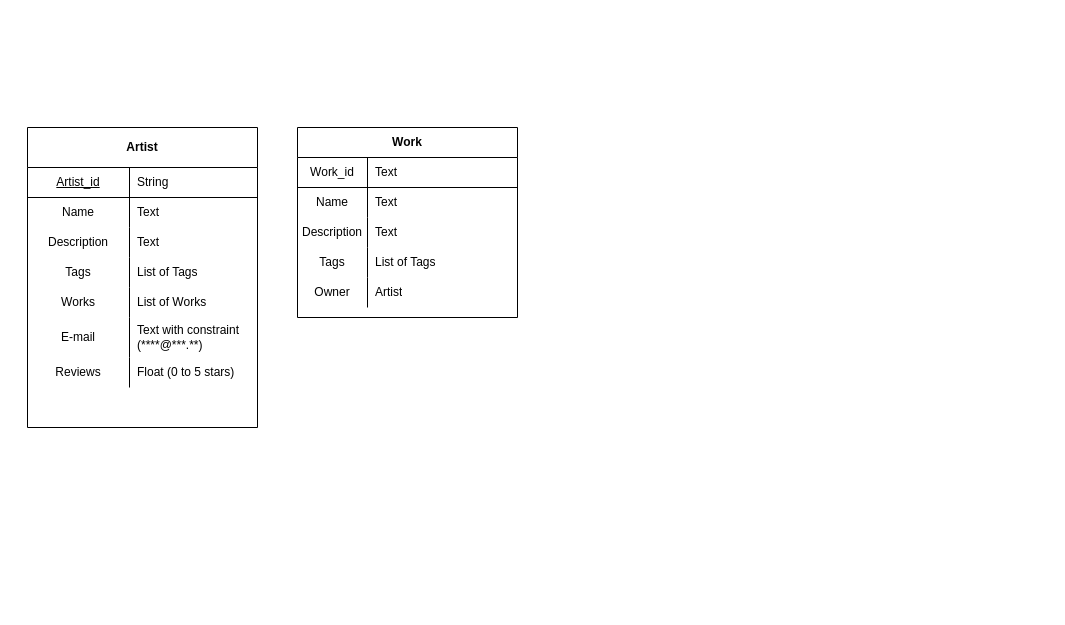
BLdMMR/projetoeseminario keeps this draw.io diagram as schema.drawio. Above is the earlier version. Source tidied: cells renumbered, new cells numbered last; positions are measured from the earlier drawing's top-left corner, leaving out a move shared by most shapes. Both pictures are drawn from the tidied source at 100%, with x=0, y=0 at pixel (27, 127).
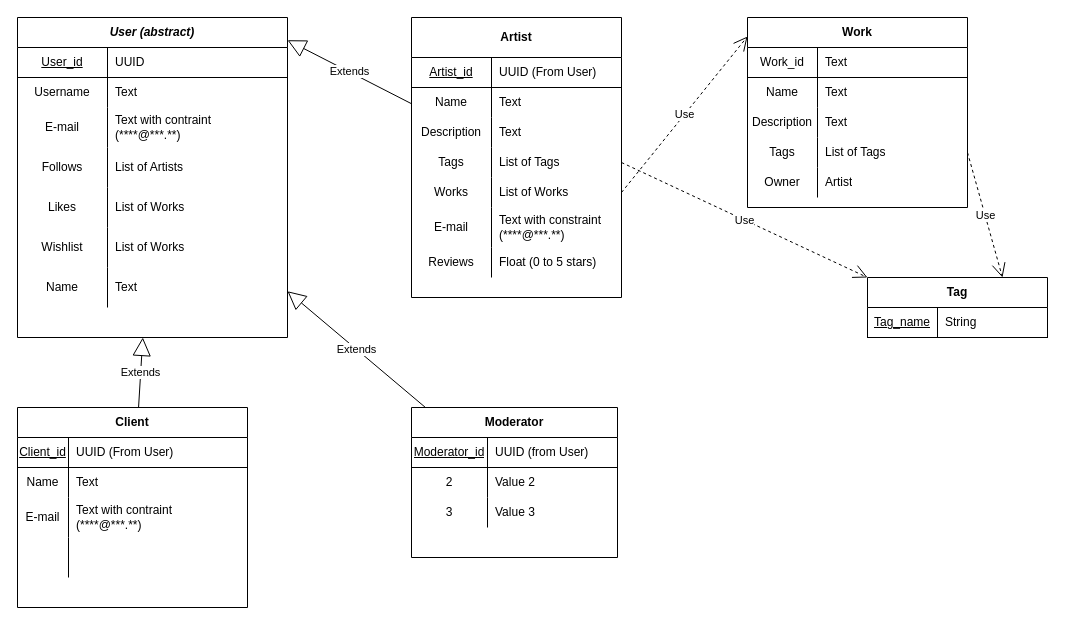
The same diagram, later.

Unchanged cells that the change refers to:
```xml
<mxCell id="34" style="shape=partialRectangle;html=1;whiteSpace=wrap;fillColor=none;top=0;left=0;bottom=0;right=0;points=[[0,0.5],[1,0.5]];portConstraint=eastwest;" parent="24" vertex="1">
  <mxGeometry y="120" width="220" height="30" as="geometry" />
</mxCell>
```

Change to the diagram source:
```diff
@@
     <mxCell id="2" value="Artist" style="shape=table;html=1;whiteSpace=wrap;startSize=40;childLayout=tableLayout;rowLines=0;fontStyle=1;align=center;" parent="1" vertex="1">
-      <mxGeometry width="230" height="300" as="geometry" />
+      <mxGeometry x="384" y="-110" width="210" height="280" as="geometry" />
     </mxCell>
     <mxCell id="3" style="shape=partialRectangle;html=1;whiteSpace=wrap;fillColor=none;top=0;left=0;bottom=1;right=0;" parent="2" vertex="1">
-      <mxGeometry y="40" width="230" height="30" as="geometry" />
+      <mxGeometry y="40" width="210" height="30" as="geometry" />
     </mxCell>
     <mxCell id="4" value="&lt;u&gt;Artist_id&lt;/u&gt;" style="shape=partialRectangle;html=1;whiteSpace=wrap;fillColor=none;top=0;left=0;bottom=0;right=0;overflow=hidden;" parent="3" vertex="1">
-      <mxGeometry width="102" height="30" as="geometry" />
+      <mxGeometry width="80" height="30" as="geometry" />
     </mxCell>
-    <mxCell id="5" value="String" style="shape=partialRectangle;html=1;whiteSpace=wrap;fillColor=none;top=0;left=0;bottom=0;right=0;align=left;spacingLeft=6;overflow=hidden;" parent="3" vertex="1">
-      <mxGeometry x="102" width="128" height="30" as="geometry" />
+    <mxCell id="5" value="UUID (From User)" style="shape=partialRectangle;html=1;whiteSpace=wrap;fillColor=none;top=0;left=0;bottom=0;right=0;align=left;spacingLeft=6;overflow=hidden;" parent="3" vertex="1">
+      <mxGeometry x="80" width="130" height="30" as="geometry" />
     </mxCell>
     <mxCell id="6" style="shape=partialRectangle;html=1;whiteSpace=wrap;fillColor=none;top=0;left=0;bottom=0;right=0;" parent="2" vertex="1">
-      <mxGeometry y="70" width="230" height="30" as="geometry" />
+      <mxGeometry y="70" width="210" height="30" as="geometry" />
     </mxCell>
     <mxCell id="7" value="Name" style="shape=partialRectangle;html=1;whiteSpace=wrap;fillColor=none;top=0;left=0;bottom=0;right=0;overflow=hidden;perimeterSpacing=1;" parent="6" vertex="1">
-      <mxGeometry width="102" height="30" as="geometry" />
+      <mxGeometry width="80" height="30" as="geometry" />
     </mxCell>
     <mxCell id="8" value="Text" style="shape=partialRectangle;html=1;whiteSpace=wrap;fillColor=none;top=0;left=0;bottom=0;right=0;align=left;spacingLeft=6;overflow=hidden;" parent="6" vertex="1">
-      <mxGeometry x="102" width="128" height="30" as="geometry" />
+      <mxGeometry x="80" width="130" height="30" as="geometry" />
     </mxCell>
     <mxCell id="9" style="shape=partialRectangle;html=1;whiteSpace=wrap;fillColor=none;top=0;left=0;bottom=0;right=0;" parent="2" vertex="1">
-      <mxGeometry y="100" width="230" height="30" as="geometry" />
+      <mxGeometry y="100" width="210" height="30" as="geometry" />
     </mxCell>
     <mxCell id="10" value="Description" style="shape=partialRectangle;html=1;whiteSpace=wrap;fillColor=none;top=0;left=0;bottom=0;right=0;overflow=hidden;" parent="9" vertex="1">
-      <mxGeometry width="102" height="30" as="geometry" />
+      <mxGeometry width="80" height="30" as="geometry" />
     </mxCell>
     <mxCell id="11" value="Text" style="shape=partialRectangle;html=1;whiteSpace=wrap;fillColor=none;top=0;left=0;bottom=0;right=0;align=left;spacingLeft=6;overflow=hidden;" parent="9" vertex="1">
-      <mxGeometry x="102" width="128" height="30" as="geometry" />
+      <mxGeometry x="80" width="130" height="30" as="geometry" />
     </mxCell>
     <mxCell id="12" style="shape=partialRectangle;html=1;whiteSpace=wrap;fillColor=none;top=0;left=0;bottom=0;right=0;points=[[0,0.5],[1,0.5]];portConstraint=eastwest;" parent="2" vertex="1">
-      <mxGeometry y="130" width="230" height="30" as="geometry" />
+      <mxGeometry y="130" width="210" height="30" as="geometry" />
     </mxCell>
     <mxCell id="13" value="Tags" style="shape=partialRectangle;html=1;whiteSpace=wrap;fillColor=none;top=0;left=0;bottom=0;right=0;overflow=hidden;" parent="12" vertex="1">
-      <mxGeometry width="102" height="30" as="geometry" />
+      <mxGeometry width="80" height="30" as="geometry" />
     </mxCell>
     <mxCell id="14" value="List of Tags" style="shape=partialRectangle;html=1;whiteSpace=wrap;fillColor=none;top=0;left=0;bottom=0;right=0;align=left;spacingLeft=6;overflow=hidden;" parent="12" vertex="1">
-      <mxGeometry x="102" width="128" height="30" as="geometry" />
+      <mxGeometry x="80" width="130" height="30" as="geometry" />
     </mxCell>
     <mxCell id="15" style="shape=partialRectangle;html=1;whiteSpace=wrap;fillColor=none;top=0;left=0;bottom=0;right=0;points=[[0,0.5],[1,0.5]];portConstraint=eastwest;" parent="2" vertex="1">
-      <mxGeometry y="160" width="230" height="30" as="geometry" />
+      <mxGeometry y="160" width="210" height="30" as="geometry" />
     </mxCell>
     <mxCell id="16" value="Works" style="shape=partialRectangle;html=1;whiteSpace=wrap;fillColor=none;top=0;left=0;bottom=0;right=0;overflow=hidden;" parent="15" vertex="1">
-      <mxGeometry width="102" height="30" as="geometry" />
+      <mxGeometry width="80" height="30" as="geometry" />
     </mxCell>
     <mxCell id="17" value="List of Works" style="shape=partialRectangle;html=1;whiteSpace=wrap;fillColor=none;top=0;left=0;bottom=0;right=0;align=left;spacingLeft=6;overflow=hidden;" parent="15" vertex="1">
-      <mxGeometry x="102" width="128" height="30" as="geometry" />
+      <mxGeometry x="80" width="130" height="30" as="geometry" />
     </mxCell>
     <mxCell id="18" style="shape=partialRectangle;html=1;whiteSpace=wrap;fillColor=none;top=0;left=0;bottom=0;right=0;" parent="2" vertex="1">
-      <mxGeometry y="190" width="230" height="40" as="geometry" />
+      <mxGeometry y="190" width="210" height="40" as="geometry" />
     </mxCell>
     <mxCell id="19" value="E-mail" style="shape=partialRectangle;html=1;whiteSpace=wrap;fillColor=none;top=0;left=0;bottom=0;right=0;overflow=hidden;" parent="18" vertex="1">
-      <mxGeometry width="102" height="40" as="geometry" />
+      <mxGeometry width="80" height="40" as="geometry" />
     </mxCell>
     <mxCell id="20" value="Text with constraint (****@***.**)" style="shape=partialRectangle;html=1;whiteSpace=wrap;fillColor=none;top=0;left=0;bottom=0;right=0;align=left;spacingLeft=6;overflow=hidden;" parent="18" vertex="1">
-      <mxGeometry x="102" width="128" height="40" as="geometry" />
+      <mxGeometry x="80" width="130" height="40" as="geometry" />
     </mxCell>
     <mxCell id="21" style="shape=partialRectangle;html=1;whiteSpace=wrap;fillColor=none;top=0;left=0;bottom=0;right=0;" parent="2" vertex="1">
-      <mxGeometry y="230" width="230" height="30" as="geometry" />
+      <mxGeometry y="230" width="210" height="30" as="geometry" />
     </mxCell>
     <mxCell id="22" value="Reviews" style="shape=partialRectangle;html=1;whiteSpace=wrap;fillColor=none;top=0;left=0;bottom=0;right=0;overflow=hidden;" parent="21" vertex="1">
-      <mxGeometry width="102" height="30" as="geometry" />
+      <mxGeometry width="80" height="30" as="geometry" />
     </mxCell>
     <mxCell id="23" value="Float (0 to 5 stars)" style="shape=partialRectangle;html=1;whiteSpace=wrap;fillColor=none;top=0;left=0;bottom=0;right=0;align=left;spacingLeft=6;overflow=hidden;" parent="21" vertex="1">
-      <mxGeometry x="102" width="128" height="30" as="geometry" />
+      <mxGeometry x="80" width="130" height="30" as="geometry" />
     </mxCell>
     <mxCell id="24" value="Work" style="shape=table;html=1;whiteSpace=wrap;startSize=30;childLayout=tableLayout;rowLines=0;fontStyle=1;align=center;" parent="1" vertex="1">
-      <mxGeometry x="270" width="220" height="190" as="geometry" />
+      <mxGeometry x="720" y="-110" width="220" height="190" as="geometry" />
     </mxCell>
@@
+    <mxCell id="40" value="Tag" style="shape=table;html=1;whiteSpace=wrap;startSize=30;childLayout=tableLayout;rowLines=0;fontStyle=1;align=center;" parent="1" vertex="1">
+      <mxGeometry x="840" y="150" width="180" height="60" as="geometry" />
+    </mxCell>
+    <mxCell id="41" style="shape=partialRectangle;html=1;whiteSpace=wrap;fillColor=none;top=0;left=0;bottom=1;right=0;" parent="40" vertex="1">
+      <mxGeometry y="30" width="180" height="30" as="geometry" />
+    </mxCell>
+    <mxCell id="42" value="&lt;u&gt;Tag_name&lt;/u&gt;" style="shape=partialRectangle;html=1;whiteSpace=wrap;fillColor=none;top=0;left=0;bottom=0;right=0;overflow=hidden;" parent="41" vertex="1">
+      <mxGeometry width="70" height="30" as="geometry" />
+    </mxCell>
+    <mxCell id="43" value="String" style="shape=partialRectangle;html=1;whiteSpace=wrap;fillColor=none;top=0;left=0;bottom=0;right=0;align=left;spacingLeft=6;overflow=hidden;" parent="41" vertex="1">
+      <mxGeometry x="70" width="110" height="30" as="geometry" />
+    </mxCell>
+    <mxCell id="44" value="Client" style="shape=table;html=1;whiteSpace=wrap;startSize=30;childLayout=tableLayout;rowLines=0;fontStyle=1;align=center;" parent="1" vertex="1">
+      <mxGeometry x="-10" y="280" width="230" height="200" as="geometry" />
+    </mxCell>
+    <mxCell id="45" style="shape=partialRectangle;html=1;whiteSpace=wrap;fillColor=none;top=0;left=0;bottom=1;right=0;" parent="44" vertex="1">
+      <mxGeometry y="30" width="230" height="30" as="geometry" />
+    </mxCell>
+    <mxCell id="46" value="&lt;u&gt;Client_id&lt;/u&gt;" style="shape=partialRectangle;html=1;whiteSpace=wrap;fillColor=none;top=0;left=0;bottom=0;right=0;overflow=hidden;" parent="45" vertex="1">
+      <mxGeometry width="51" height="30" as="geometry" />
+    </mxCell>
+    <mxCell id="47" value="UUID (From User)" style="shape=partialRectangle;html=1;whiteSpace=wrap;fillColor=none;top=0;left=0;bottom=0;right=0;align=left;spacingLeft=6;overflow=hidden;" parent="45" vertex="1">
+      <mxGeometry x="51" width="179" height="30" as="geometry" />
+    </mxCell>
+    <mxCell id="48" style="shape=partialRectangle;html=1;whiteSpace=wrap;fillColor=none;top=0;left=0;bottom=0;right=0;" parent="44" vertex="1">
+      <mxGeometry y="60" width="230" height="30" as="geometry" />
+    </mxCell>
+    <mxCell id="49" value="Name" style="shape=partialRectangle;html=1;whiteSpace=wrap;fillColor=none;top=0;left=0;bottom=0;right=0;overflow=hidden;" parent="48" vertex="1">
+      <mxGeometry width="51" height="30" as="geometry" />
+    </mxCell>
+    <mxCell id="50" value="Text" style="shape=partialRectangle;html=1;whiteSpace=wrap;fillColor=none;top=0;left=0;bottom=0;right=0;align=left;spacingLeft=6;overflow=hidden;" parent="48" vertex="1">
+      <mxGeometry x="51" width="179" height="30" as="geometry" />
+    </mxCell>
+    <mxCell id="51" style="shape=partialRectangle;html=1;whiteSpace=wrap;fillColor=none;top=0;left=0;bottom=0;right=0;" parent="44" vertex="1">
+      <mxGeometry y="90" width="230" height="40" as="geometry" />
+    </mxCell>
+    <mxCell id="52" value="E-mail" style="shape=partialRectangle;html=1;whiteSpace=wrap;fillColor=none;top=0;left=0;bottom=0;right=0;overflow=hidden;" parent="51" vertex="1">
+      <mxGeometry width="51" height="40" as="geometry" />
+    </mxCell>
+    <mxCell id="53" value="Text with contraint&lt;br&gt;(****@***.**)" style="shape=partialRectangle;html=1;whiteSpace=wrap;fillColor=none;top=0;left=0;bottom=0;right=0;align=left;spacingLeft=6;overflow=hidden;" parent="51" vertex="1">
+      <mxGeometry x="51" width="179" height="40" as="geometry" />
+    </mxCell>
+    <mxCell id="54" style="shape=partialRectangle;html=1;whiteSpace=wrap;fillColor=none;top=0;left=0;bottom=0;right=0;" parent="44" vertex="1">
+      <mxGeometry y="130" width="230" height="40" as="geometry" />
+    </mxCell>
+    <mxCell id="55" style="shape=partialRectangle;html=1;whiteSpace=wrap;fillColor=none;top=0;left=0;bottom=0;right=0;overflow=hidden;" parent="54" vertex="1">
+      <mxGeometry width="51" height="40" as="geometry" />
+    </mxCell>
+    <mxCell id="56" style="shape=partialRectangle;html=1;whiteSpace=wrap;fillColor=none;top=0;left=0;bottom=0;right=0;align=left;spacingLeft=6;overflow=hidden;" parent="54" vertex="1">
+      <mxGeometry x="51" width="179" height="40" as="geometry" />
+    </mxCell>
+    <mxCell id="57" value="&lt;i&gt;User (abstract)&lt;/i&gt;" style="shape=table;html=1;whiteSpace=wrap;startSize=30;childLayout=tableLayout;rowLines=0;fontStyle=1;align=center;" parent="1" vertex="1">
+      <mxGeometry x="-10" y="-110" width="270" height="320" as="geometry" />
+    </mxCell>
+    <mxCell id="58" style="shape=partialRectangle;html=1;whiteSpace=wrap;fillColor=none;top=0;left=0;bottom=1;right=0;" parent="57" vertex="1">
+      <mxGeometry y="30" width="270" height="30" as="geometry" />
+    </mxCell>
+    <mxCell id="59" value="&lt;u&gt;User_id&lt;/u&gt;" style="shape=partialRectangle;html=1;whiteSpace=wrap;fillColor=none;top=0;left=0;bottom=0;right=0;overflow=hidden;" parent="58" vertex="1">
+      <mxGeometry width="90" height="30" as="geometry" />
+    </mxCell>
+    <mxCell id="60" value="UUID" style="shape=partialRectangle;html=1;whiteSpace=wrap;fillColor=none;top=0;left=0;bottom=0;right=0;align=left;spacingLeft=6;overflow=hidden;" parent="58" vertex="1">
+      <mxGeometry x="90" width="180" height="30" as="geometry" />
+    </mxCell>
+    <mxCell id="61" style="shape=partialRectangle;html=1;whiteSpace=wrap;fillColor=none;top=0;left=0;bottom=0;right=0;" parent="57" vertex="1">
+      <mxGeometry y="60" width="270" height="30" as="geometry" />
+    </mxCell>
+    <mxCell id="62" value="Username" style="shape=partialRectangle;html=1;whiteSpace=wrap;fillColor=none;top=0;left=0;bottom=0;right=0;overflow=hidden;" parent="61" vertex="1">
+      <mxGeometry width="90" height="30" as="geometry" />
+    </mxCell>
+    <mxCell id="63" value="Text" style="shape=partialRectangle;html=1;whiteSpace=wrap;fillColor=none;top=0;left=0;bottom=0;right=0;align=left;spacingLeft=6;overflow=hidden;" parent="61" vertex="1">
+      <mxGeometry x="90" width="180" height="30" as="geometry" />
+    </mxCell>
+    <mxCell id="64" style="shape=partialRectangle;html=1;whiteSpace=wrap;fillColor=none;top=0;left=0;bottom=0;right=0;" parent="57" vertex="1">
+      <mxGeometry y="90" width="270" height="40" as="geometry" />
+    </mxCell>
+    <mxCell id="65" value="E-mail" style="shape=partialRectangle;html=1;whiteSpace=wrap;fillColor=none;top=0;left=0;bottom=0;right=0;overflow=hidden;" parent="64" vertex="1">
+      <mxGeometry width="90" height="40" as="geometry" />
+    </mxCell>
+    <mxCell id="66" value="Text with contraint&lt;br&gt;(****@***.**)" style="shape=partialRectangle;html=1;whiteSpace=wrap;fillColor=none;top=0;left=0;bottom=0;right=0;align=left;spacingLeft=6;overflow=hidden;" parent="64" vertex="1">
+      <mxGeometry x="90" width="180" height="40" as="geometry" />
+    </mxCell>
+    <mxCell id="67" style="shape=partialRectangle;html=1;whiteSpace=wrap;fillColor=none;top=0;left=0;bottom=0;right=0;" parent="57" vertex="1">
+      <mxGeometry y="130" width="270" height="40" as="geometry" />
+    </mxCell>
+    <mxCell id="68" value="Follows" style="shape=partialRectangle;html=1;whiteSpace=wrap;fillColor=none;top=0;left=0;bottom=0;right=0;overflow=hidden;" parent="67" vertex="1">
+      <mxGeometry width="90" height="40" as="geometry" />
+    </mxCell>
+    <mxCell id="69" value="List of Artists" style="shape=partialRectangle;html=1;whiteSpace=wrap;fillColor=none;top=0;left=0;bottom=0;right=0;align=left;spacingLeft=6;overflow=hidden;" parent="67" vertex="1">
+      <mxGeometry x="90" width="180" height="40" as="geometry" />
+    </mxCell>
+    <mxCell id="70" style="shape=partialRectangle;html=1;whiteSpace=wrap;fillColor=none;top=0;left=0;bottom=0;right=0;" parent="57" vertex="1">
+      <mxGeometry y="170" width="270" height="40" as="geometry" />
+    </mxCell>
+    <mxCell id="71" value="Likes" style="shape=partialRectangle;html=1;whiteSpace=wrap;fillColor=none;top=0;left=0;bottom=0;right=0;overflow=hidden;" parent="70" vertex="1">
+      <mxGeometry width="90" height="40" as="geometry" />
+    </mxCell>
+    <mxCell id="72" value="List of Works" style="shape=partialRectangle;html=1;whiteSpace=wrap;fillColor=none;top=0;left=0;bottom=0;right=0;align=left;spacingLeft=6;overflow=hidden;" parent="70" vertex="1">
+      <mxGeometry x="90" width="180" height="40" as="geometry" />
+    </mxCell>
+    <mxCell id="73" style="shape=partialRectangle;html=1;whiteSpace=wrap;fillColor=none;top=0;left=0;bottom=0;right=0;" parent="57" vertex="1">
+      <mxGeometry y="210" width="270" height="40" as="geometry" />
+    </mxCell>
+    <mxCell id="74" value="Wishlist" style="shape=partialRectangle;html=1;whiteSpace=wrap;fillColor=none;top=0;left=0;bottom=0;right=0;overflow=hidden;" parent="73" vertex="1">
+      <mxGeometry width="90" height="40" as="geometry" />
+    </mxCell>
+    <mxCell id="75" value="List of Works" style="shape=partialRectangle;html=1;whiteSpace=wrap;fillColor=none;top=0;left=0;bottom=0;right=0;align=left;spacingLeft=6;overflow=hidden;" parent="73" vertex="1">
+      <mxGeometry x="90" width="180" height="40" as="geometry" />
+    </mxCell>
+    <mxCell id="76" style="shape=partialRectangle;html=1;whiteSpace=wrap;fillColor=none;top=0;left=0;bottom=0;right=0;" parent="57" vertex="1">
+      <mxGeometry y="250" width="270" height="40" as="geometry" />
+    </mxCell>
+    <mxCell id="77" value="Name" style="shape=partialRectangle;html=1;whiteSpace=wrap;fillColor=none;top=0;left=0;bottom=0;right=0;overflow=hidden;" parent="76" vertex="1">
+      <mxGeometry width="90" height="40" as="geometry" />
+    </mxCell>
+    <mxCell id="78" value="Text" style="shape=partialRectangle;html=1;whiteSpace=wrap;fillColor=none;top=0;left=0;bottom=0;right=0;align=left;spacingLeft=6;overflow=hidden;" parent="76" vertex="1">
+      <mxGeometry x="90" width="180" height="40" as="geometry" />
+    </mxCell>
+    <mxCell id="79" value="Extends" style="endArrow=block;endSize=16;endFill=0;html=1;entryX=1;entryY=0.071;entryDx=0;entryDy=0;entryPerimeter=0;" parent="1" edge="1" source="2" target="57">
+      <mxGeometry relative="1" as="geometry" />
+    </mxCell>
+    <mxCell id="80" value="Extends" style="endArrow=block;endSize=16;endFill=0;html=1;" parent="1" edge="1" source="44" target="57">
+      <mxGeometry relative="1" as="geometry" />
+    </mxCell>
+    <mxCell id="81" value="Use" style="endArrow=open;endSize=12;dashed=1;html=1;entryX=0;entryY=0.1;entryDx=0;entryDy=0;entryPerimeter=0;exitX=1;exitY=0.5;exitDx=0;exitDy=0;" parent="1" edge="1" source="15" target="24">
+      <mxGeometry relative="1" as="geometry" />
+    </mxCell>
+    <mxCell id="82" value="Use" style="endArrow=open;endSize=12;dashed=1;html=1;exitX=1;exitY=0.5;exitDx=0;exitDy=0;entryX=0;entryY=0;entryDx=0;entryDy=0;" parent="1" edge="1" source="12" target="40">
+      <mxGeometry relative="1" as="geometry" />
+    </mxCell>
+    <mxCell id="83" value="Use" style="endArrow=open;endSize=12;dashed=1;html=1;entryX=0.75;entryY=0;entryDx=0;entryDy=0;exitX=1;exitY=0.5;exitDx=0;exitDy=0;" parent="1" edge="1" source="34" target="40">
+      <mxGeometry relative="1" as="geometry" />
+    </mxCell>
+    <mxCell id="84" value="Moderator" style="shape=table;html=1;whiteSpace=wrap;startSize=30;childLayout=tableLayout;rowLines=0;fontStyle=1;align=center;" parent="1" vertex="1">
+      <mxGeometry x="384" y="280" width="206" height="150" as="geometry" />
+    </mxCell>
+    <mxCell id="85" style="shape=partialRectangle;html=1;whiteSpace=wrap;fillColor=none;top=0;left=0;bottom=1;right=0;" parent="84" vertex="1">
+      <mxGeometry y="30" width="206" height="30" as="geometry" />
+    </mxCell>
+    <mxCell id="86" value="&lt;u&gt;Moderator_id&lt;/u&gt;" style="shape=partialRectangle;html=1;whiteSpace=wrap;fillColor=none;top=0;left=0;bottom=0;right=0;overflow=hidden;" parent="85" vertex="1">
+      <mxGeometry width="76" height="30" as="geometry" />
+    </mxCell>
+    <mxCell id="87" value="UUID (from User)" style="shape=partialRectangle;html=1;whiteSpace=wrap;fillColor=none;top=0;left=0;bottom=0;right=0;align=left;spacingLeft=6;overflow=hidden;" parent="85" vertex="1">
+      <mxGeometry x="76" width="130" height="30" as="geometry" />
+    </mxCell>
+    <mxCell id="88" style="shape=partialRectangle;html=1;whiteSpace=wrap;fillColor=none;top=0;left=0;bottom=0;right=0;" parent="84" vertex="1">
+      <mxGeometry y="60" width="206" height="30" as="geometry" />
+    </mxCell>
+    <mxCell id="89" value="2" style="shape=partialRectangle;html=1;whiteSpace=wrap;fillColor=none;top=0;left=0;bottom=0;right=0;overflow=hidden;" parent="88" vertex="1">
+      <mxGeometry width="76" height="30" as="geometry" />
+    </mxCell>
+    <mxCell id="90" value="Value 2" style="shape=partialRectangle;html=1;whiteSpace=wrap;fillColor=none;top=0;left=0;bottom=0;right=0;align=left;spacingLeft=6;overflow=hidden;" parent="88" vertex="1">
+      <mxGeometry x="76" width="130" height="30" as="geometry" />
+    </mxCell>
+    <mxCell id="91" style="shape=partialRectangle;html=1;whiteSpace=wrap;fillColor=none;top=0;left=0;bottom=0;right=0;" parent="84" vertex="1">
+      <mxGeometry y="90" width="206" height="30" as="geometry" />
+    </mxCell>
+    <mxCell id="92" value="3" style="shape=partialRectangle;html=1;whiteSpace=wrap;fillColor=none;top=0;left=0;bottom=0;right=0;overflow=hidden;" parent="91" vertex="1">
+      <mxGeometry width="76" height="30" as="geometry" />
+    </mxCell>
+    <mxCell id="93" value="Value 3" style="shape=partialRectangle;html=1;whiteSpace=wrap;fillColor=none;top=0;left=0;bottom=0;right=0;align=left;spacingLeft=6;overflow=hidden;" parent="91" vertex="1">
+      <mxGeometry x="76" width="130" height="30" as="geometry" />
+    </mxCell>
+    <mxCell id="94" value="Extends" style="endArrow=block;endSize=16;endFill=0;html=1;" parent="1" edge="1" source="84" target="57">
+      <mxGeometry relative="1" as="geometry" />
+    </mxCell>
```
